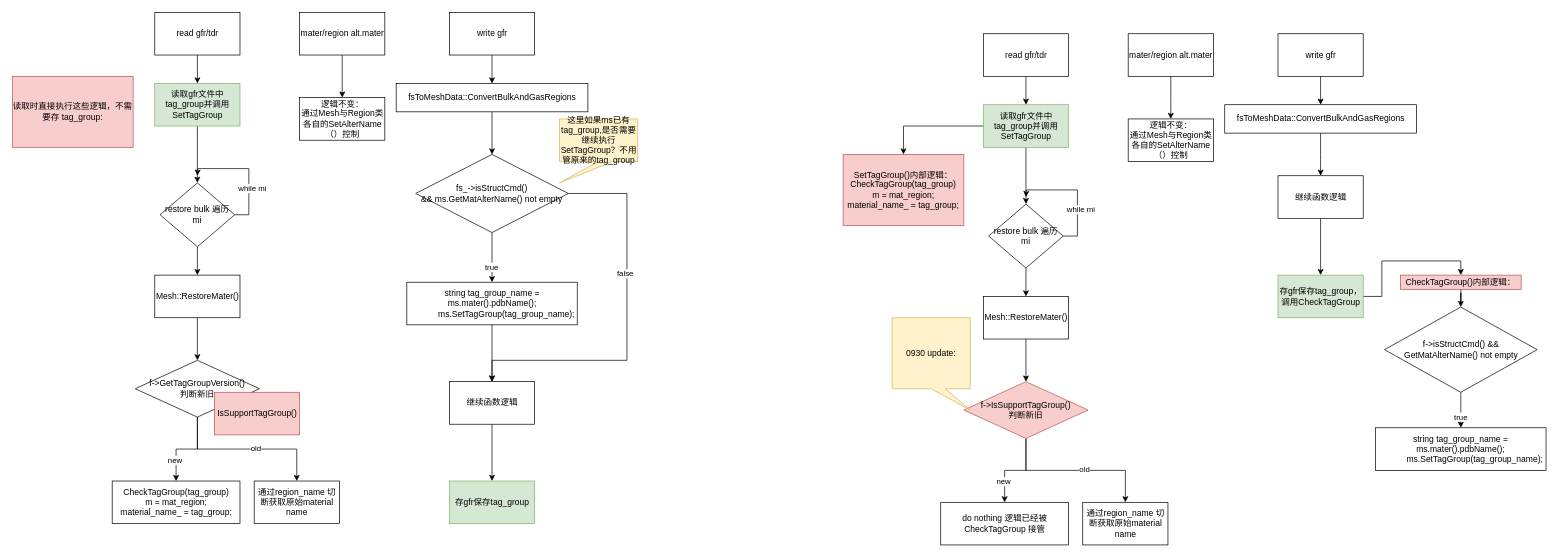
Earlier version of the draw.io diagram tag_group.drawio (FicmillaR/drawio). Source tidied: cells renumbered, new cells numbered last; positions are measured from the earlier drawing's top-left corner, leaving out a move shared by most shapes. Both pictures are drawn from the tidied source at 71%, with x=0, y=0 at pixel (12, 12).
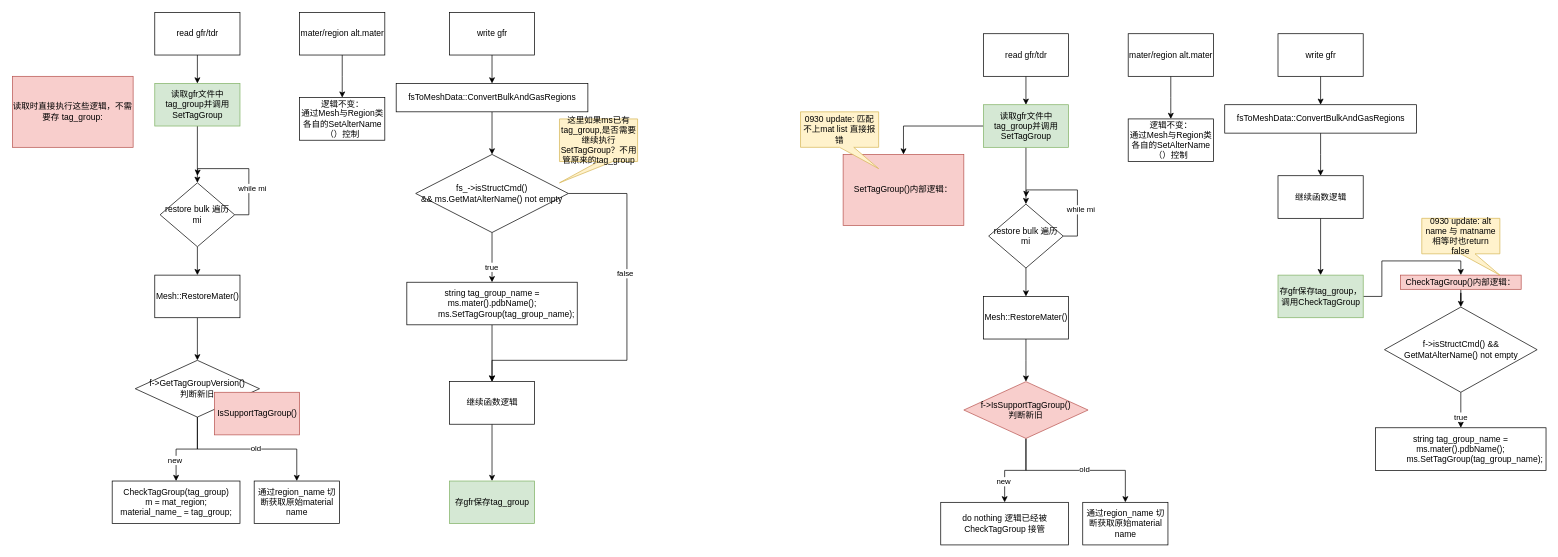
The same page after the edit.

What changed in the source:
```diff
@@
-    <mxCell id="68" value="&lt;div&gt;SetTagGroup()内部逻辑：&lt;/div&gt;CheckTagGroup(tag_group)&lt;div&gt;&lt;span style=&quot;background-color: transparent; color: light-dark(rgb(0, 0, 0), rgb(255, 255, 255));&quot;&gt;m = mat_region;&lt;/span&gt;&lt;div&gt;material_name_ = tag_group;&lt;/div&gt;&lt;/div&gt;" style="rounded=0;whiteSpace=wrap;html=1;fillColor=#f8cecc;strokeColor=#b85450;" parent="1" vertex="1">
+    <mxCell id="68" value="&lt;div&gt;SetTagGroup()内部逻辑：&lt;/div&gt;" style="rounded=0;whiteSpace=wrap;html=1;fillColor=#f8cecc;strokeColor=#b85450;" parent="1" vertex="1">
       <mxGeometry x="1170" y="200" width="170" height="100" as="geometry" />
     </mxCell>
@@
-    <mxCell id="75" value="0930 update:" style="shape=callout;whiteSpace=wrap;html=1;perimeter=calloutPerimeter;fillColor=#fff2cc;strokeColor=#d6b656;position2=1;rotation=0;" parent="1" vertex="1">
-      <mxGeometry x="1239" y="430" width="110" height="130" as="geometry" />
+    <mxCell id="75" value="0930 update: 匹配不上mat list 直接报错" style="shape=callout;whiteSpace=wrap;html=1;perimeter=calloutPerimeter;fillColor=#fff2cc;strokeColor=#d6b656;position2=1;rotation=0;" parent="1" vertex="1">
+      <mxGeometry x="1110" y="140" width="110" height="80" as="geometry" />
     </mxCell>
+    <mxCell id="76" value="0930 update: alt name 与 matname相等时也return false" style="shape=callout;whiteSpace=wrap;html=1;perimeter=calloutPerimeter;fillColor=#fff2cc;strokeColor=#d6b656;position2=1;rotation=0;" parent="1" vertex="1">
+      <mxGeometry x="1985" y="290" width="110" height="80" as="geometry" />
+    </mxCell>
```
